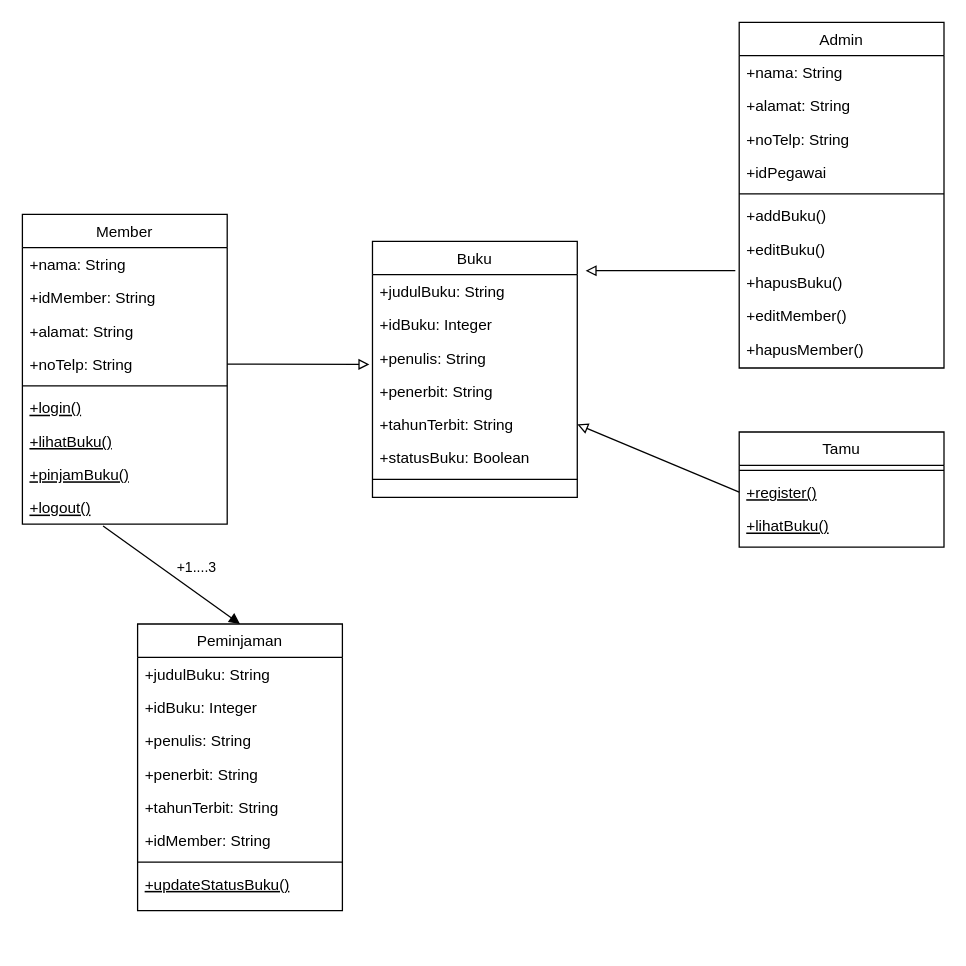
The draw.io diagram 3. Class dan Object/diagram/Class Diagram Perpustakaan.drawio in agnst11/pbop, before the edit. Source tidied: cells renumbered, new cells numbered last; positions are measured from the earlier drawing's top-left corner, leaving out a move shared by most shapes. Both pictures are drawn from the tidied source at 128%, with x=0, y=0 at pixel (22, 22).
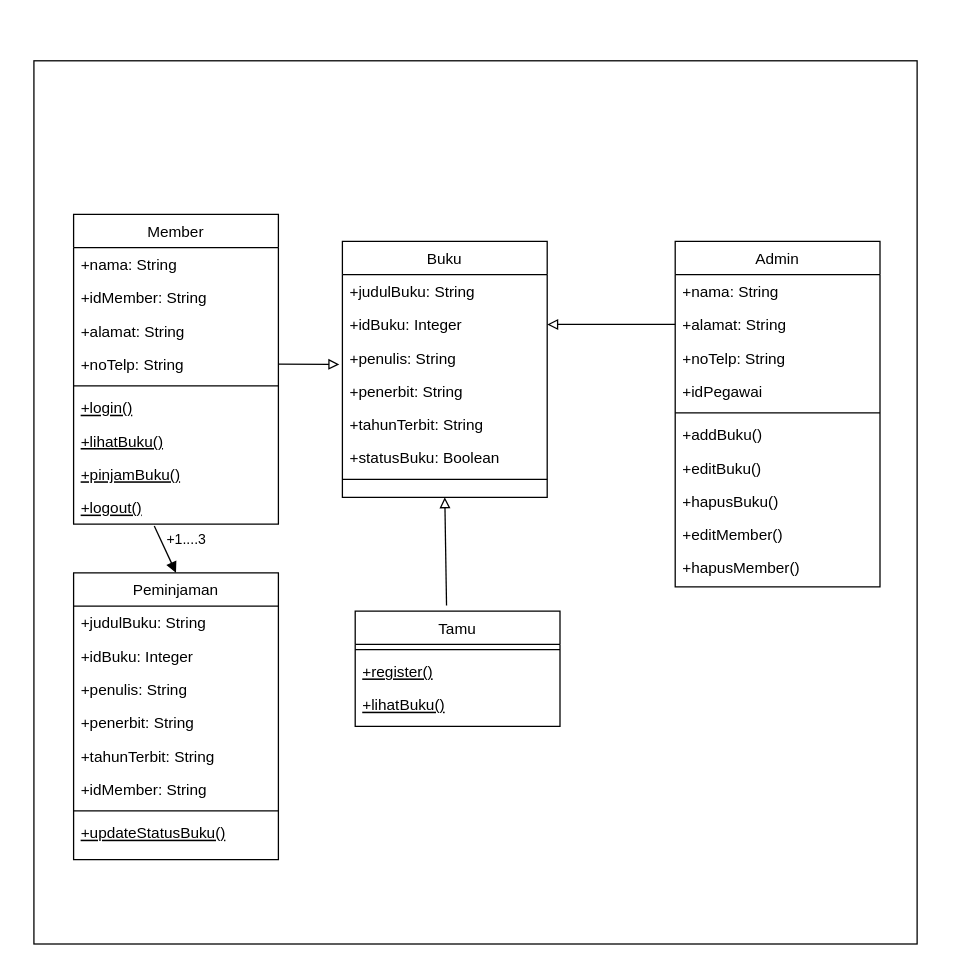
After the change.

Commit message (it also covers changes not shown here):
gambar class diagram

Unchanged cells that the change refers to:
```xml
<mxCell id="14" value="+alamat: String" style="text;align=left;verticalAlign=top;spacingLeft=4;spacingRight=4;overflow=hidden;points=[[0,0.5],[1,0.5]];portConstraint=eastwest;rounded=0;shadow=0;html=0;" parent="12" vertex="1">
  <mxGeometry y="52" width="160" height="26" as="geometry" />
</mxCell>
<mxCell id="20" value="+hapusBuku()" style="text;align=left;verticalAlign=top;spacingLeft=4;spacingRight=4;overflow=hidden;points=[[0,0.5],[1,0.5]];portConstraint=eastwest;" parent="12" vertex="1">
  <mxGeometry y="190" width="160" height="26" as="geometry" />
</mxCell>
<mxCell id="25" value="+idBuku: Integer" style="text;align=left;verticalAlign=top;spacingLeft=4;spacingRight=4;overflow=hidden;points=[[0,0.5],[1,0.5]];portConstraint=eastwest;rounded=0;shadow=0;html=0;" parent="23" vertex="1">
  <mxGeometry y="52" width="160" height="26" as="geometry" />
</mxCell>
<mxCell id="28" value="+tahunTerbit: String" style="text;align=left;verticalAlign=top;spacingLeft=4;spacingRight=4;overflow=hidden;points=[[0,0.5],[1,0.5]];portConstraint=eastwest;rounded=0;shadow=0;html=0;" parent="23" vertex="1">
  <mxGeometry y="130" width="160" height="26" as="geometry" />
</mxCell>
<mxCell id="33" value="+register()" style="text;align=left;verticalAlign=top;spacingLeft=4;spacingRight=4;overflow=hidden;points=[[0,0.5],[1,0.5]];portConstraint=eastwest;fontStyle=4;" parent="31" vertex="1">
  <mxGeometry y="34" width="160" height="26" as="geometry" />
</mxCell>
```

Change to the diagram source:
```diff
@@
+    <mxCell id="48" style="whiteSpace=wrap;html=1;" parent="1" vertex="1">
+      <mxGeometry x="9" y="30" width="690" height="690" as="geometry" />
+    </mxCell>
     <mxCell id="2" value="Member" style="swimlane;fontStyle=0;align=center;verticalAlign=top;horizontal=1;startSize=26;rounded=0;shadow=0;strokeWidth=1;" parent="1" vertex="1">
-      <mxGeometry y="150" width="160" height="242" as="geometry" />
+      <mxGeometry x="40" y="150" width="160" height="242" as="geometry" />
     </mxCell>
@@
     <mxCell id="12" value="Admin" style="swimlane;fontStyle=0;align=center;verticalAlign=top;horizontal=1;startSize=26;rounded=0;shadow=0;strokeWidth=1;" parent="1" vertex="1">
-      <mxGeometry x="560" width="160" height="270" as="geometry" />
+      <mxGeometry x="510" y="171" width="160" height="270" as="geometry" />
     </mxCell>
@@
     <mxCell id="23" value="Buku" style="swimlane;fontStyle=0;align=center;verticalAlign=top;horizontal=1;startSize=26;rounded=0;shadow=0;strokeWidth=1;" parent="1" vertex="1">
-      <mxGeometry x="273.5" y="171" width="160" height="200" as="geometry" />
+      <mxGeometry x="250" y="171" width="160" height="200" as="geometry" />
     </mxCell>
@@
     <mxCell id="31" value="Tamu" style="swimlane;fontStyle=0;align=center;verticalAlign=top;horizontal=1;startSize=26;rounded=0;shadow=0;strokeWidth=1;" parent="1" vertex="1">
-      <mxGeometry x="560" y="320" width="160" height="90" as="geometry" />
+      <mxGeometry x="260" y="460" width="160" height="90" as="geometry" />
     </mxCell>
@@
     <mxCell id="35" value="Peminjaman" style="swimlane;fontStyle=0;align=center;verticalAlign=top;horizontal=1;startSize=26;rounded=0;shadow=0;strokeWidth=1;" parent="1" vertex="1">
-      <mxGeometry x="90" y="470" width="160" height="224" as="geometry" />
+      <mxGeometry x="40" y="430" width="160" height="224" as="geometry" />
     </mxCell>
@@
-    <mxCell id="46" style="html=1;verticalAlign=bottom;labelBackgroundColor=none;endArrow=block;endFill=0;endSize=6;align=left;rounded=0;exitX=0;exitY=0.5;exitDx=0;exitDy=0;entryX=1;entryY=0.5;entryDx=0;entryDy=0;" parent="1" edge="1" source="33" target="28">
+    <mxCell id="46" style="html=1;verticalAlign=bottom;labelBackgroundColor=none;endArrow=block;endFill=0;endSize=6;align=left;rounded=0;exitX=0.446;exitY=-0.049;exitDx=0;exitDy=0;entryX=0.5;entryY=1;entryDx=0;entryDy=0;exitPerimeter=0;" parent="1" edge="1" source="31" target="23">
       <mxGeometry x="-0.37" relative="1" as="geometry" />
     </mxCell>
-    <mxCell id="47" style="html=1;verticalAlign=bottom;labelBackgroundColor=none;endArrow=block;endFill=0;endSize=6;align=left;rounded=0;exitX=-0.019;exitY=0.154;exitDx=0;exitDy=0;exitPerimeter=0;" parent="1" edge="1" source="20">
-      <mxGeometry x="-0.37" relative="1" as="geometry">
-        <mxPoint x="440" y="194" as="targetPoint" />
-      </mxGeometry>
+    <mxCell id="47" style="html=1;verticalAlign=bottom;labelBackgroundColor=none;endArrow=block;endFill=0;endSize=6;align=left;rounded=0;exitX=0;exitY=0.5;exitDx=0;exitDy=0;entryX=1;entryY=0.5;entryDx=0;entryDy=0;" parent="1" edge="1" source="14" target="25">
+      <mxGeometry x="-0.37" relative="1" as="geometry" />
     </mxCell>
```
